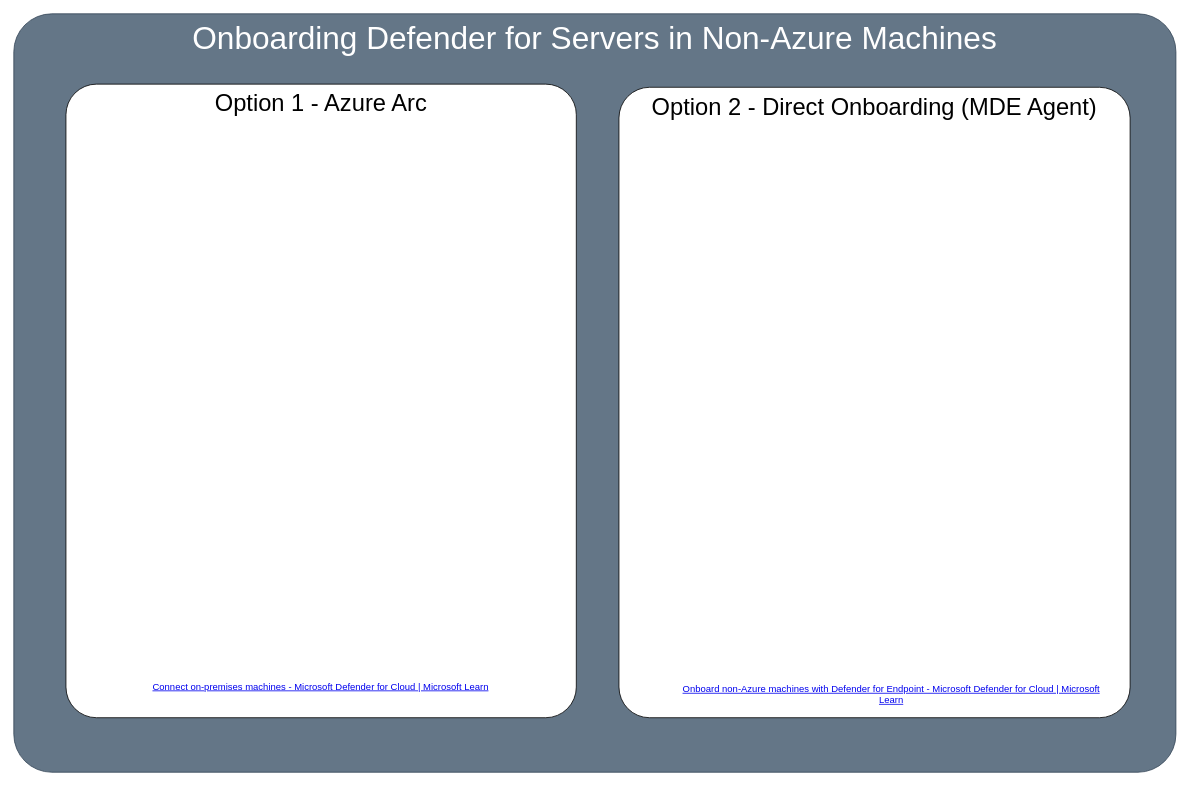
Above: page "Page-11" (11 of 11) of M365/Untitled Diagram.drawio in amcamillo/DnD-DecksnDiagrams (draw.io), before the change. Source tidied: cells renumbered, new cells numbered last; positions are measured from the earlier drawing's top-left corner, leaving out a move shared by most shapes. Both pictures are drawn from the tidied source at 79%, with x=0, y=0 at pixel (13, 13).
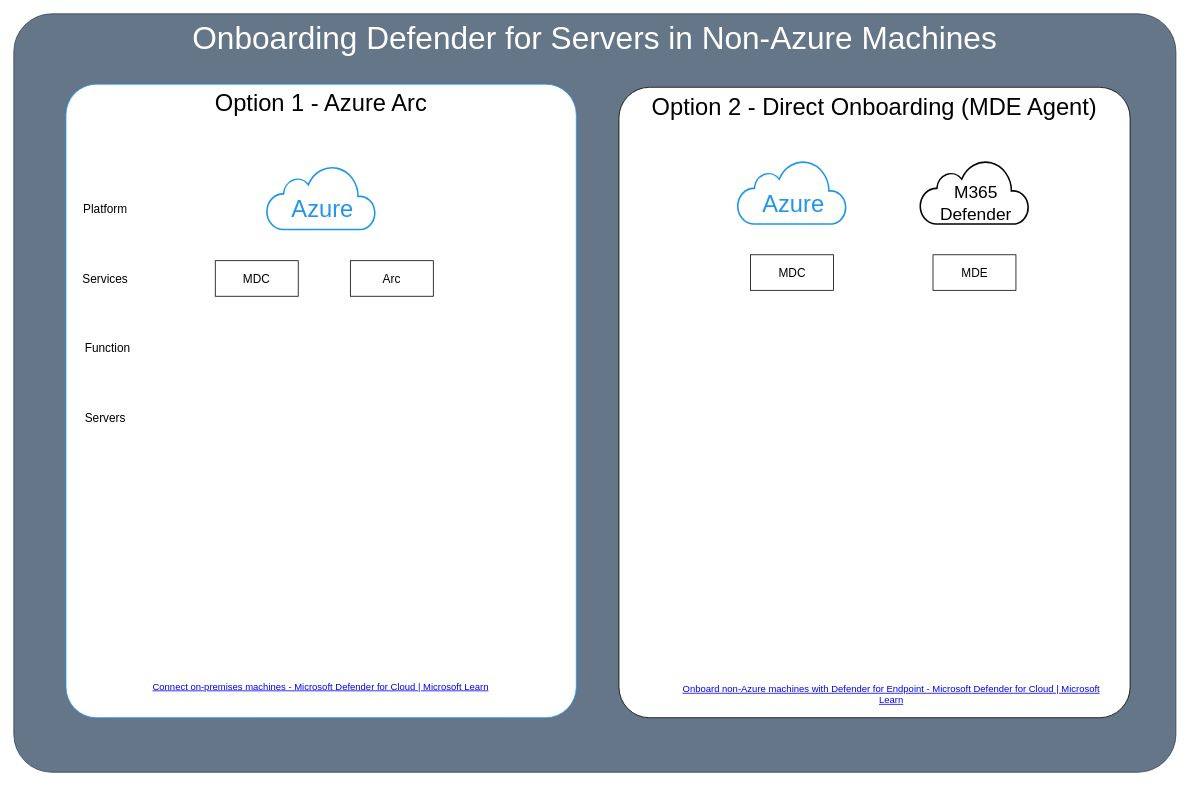
Above is the later version.

What changed in the source:
```diff
@@
-    <mxCell id="3" value="&lt;font style=&quot;font-size: 30px;&quot;&gt;Option 1 - Azure Arc&lt;/font&gt;" style="rounded=1;whiteSpace=wrap;html=1;arcSize=6;fontSize=30;verticalAlign=top;" parent="1" vertex="1">
+    <mxCell id="3" value="&lt;font style=&quot;font-size: 30px;&quot;&gt;Option 1 - Azure Arc&lt;/font&gt;" style="rounded=1;whiteSpace=wrap;html=1;arcSize=6;fontSize=30;verticalAlign=top;fontColor=#000000;strokeColor=#1e95eb;" parent="1" vertex="1">
       <mxGeometry x="66" y="89" width="646" height="802" as="geometry" />
     </mxCell>
-    <mxCell id="4" value="Option 2 - Direct Onboarding (MDE Agent)" style="rounded=1;whiteSpace=wrap;html=1;arcSize=6;fontSize=30;verticalAlign=top;" parent="1" vertex="1">
+    <mxCell id="4" value="Option 2 - Direct Onboarding (MDE Agent)" style="rounded=1;whiteSpace=wrap;html=1;arcSize=6;fontSize=30;verticalAlign=top;fontColor=#000000;" parent="1" vertex="1">
       <mxGeometry x="766" y="93" width="647" height="798" as="geometry" />
     </mxCell>
@@
+    <mxCell id="7" style="group;" parent="1" vertex="1">
+      <mxGeometry x="320" y="192" width="138" height="81" as="geometry" />
+    </mxCell>
+    <mxCell id="8" style="html=1;verticalLabelPosition=bottom;align=center;labelBackgroundColor=#ffffff;verticalAlign=top;strokeWidth=2;strokeColor=#1e95eb;shadow=0;dashed=0;shape=mxgraph.ios7.icons.cloud;fillColor=default;" parent="7" vertex="1">
+      <mxGeometry width="138" height="81" as="geometry" />
+    </mxCell>
+    <mxCell id="9" value="&lt;font style=&quot;font-size: 30px;&quot;&gt;Azure&lt;/font&gt;" style="text;html=1;strokeColor=none;fillColor=none;align=center;verticalAlign=middle;whiteSpace=wrap;rounded=0;fontColor=#2095eb;" parent="7" vertex="1">
+      <mxGeometry x="41" y="40" width="60" height="30" as="geometry" />
+    </mxCell>
+    <mxCell id="10" style="group;" parent="1" vertex="1">
+      <mxGeometry x="916" y="185" width="138" height="81" as="geometry" />
+    </mxCell>
+    <mxCell id="11" style="html=1;verticalLabelPosition=bottom;align=center;labelBackgroundColor=#ffffff;verticalAlign=top;strokeWidth=2;strokeColor=#1e95eb;shadow=0;dashed=0;shape=mxgraph.ios7.icons.cloud;fillColor=default;" parent="10" vertex="1">
+      <mxGeometry width="138" height="81" as="geometry" />
+    </mxCell>
+    <mxCell id="12" value="&lt;font style=&quot;font-size: 30px;&quot;&gt;Azure&lt;/font&gt;" style="text;html=1;strokeColor=none;fillColor=none;align=center;verticalAlign=middle;whiteSpace=wrap;rounded=0;fontColor=#2095eb;" parent="10" vertex="1">
+      <mxGeometry x="41" y="40" width="60" height="30" as="geometry" />
+    </mxCell>
+    <mxCell id="13" style="group;fillColor=default;fontColor=#000000;strokeColor=none;labelBorderColor=#000000;" parent="1" vertex="1">
+      <mxGeometry x="1190" y="185" width="138" height="81" as="geometry" />
+    </mxCell>
+    <mxCell id="14" value="&lt;font style=&quot;font-size: 15px;&quot;&gt;Platform&lt;/font&gt;" style="text;html=1;strokeColor=none;fillColor=none;align=center;verticalAlign=middle;whiteSpace=wrap;rounded=0;fontSize=15;" parent="1" vertex="1">
+      <mxGeometry x="86" y="232" width="60" height="30" as="geometry" />
+    </mxCell>
+    <mxCell id="15" value="&lt;font style=&quot;font-size: 15px;&quot;&gt;Services&lt;/font&gt;" style="text;html=1;strokeColor=none;fillColor=none;align=center;verticalAlign=middle;whiteSpace=wrap;rounded=0;fontSize=15;" parent="1" vertex="1">
+      <mxGeometry x="86" y="320" width="60" height="30" as="geometry" />
+    </mxCell>
+    <mxCell id="16" value="Function" style="text;html=1;strokeColor=none;fillColor=none;align=center;verticalAlign=middle;whiteSpace=wrap;rounded=0;fontSize=15;" parent="1" vertex="1">
+      <mxGeometry x="89" y="408" width="60" height="30" as="geometry" />
+    </mxCell>
+    <mxCell id="17" value="&lt;font style=&quot;font-size: 15px;&quot;&gt;MDC&lt;/font&gt;" style="rounded=0;whiteSpace=wrap;html=1;fontSize=15;" parent="1" vertex="1">
+      <mxGeometry x="255" y="312.5" width="105" height="45" as="geometry" />
+    </mxCell>
+    <mxCell id="18" value="&lt;font style=&quot;font-size: 15px;&quot;&gt;Arc&lt;/font&gt;" style="rounded=0;whiteSpace=wrap;html=1;fontSize=15;" parent="1" vertex="1">
+      <mxGeometry x="426" y="312.5" width="105" height="45" as="geometry" />
+    </mxCell>
+    <mxCell id="19" value="&lt;font style=&quot;font-size: 15px;&quot;&gt;MDC&lt;/font&gt;" style="rounded=0;whiteSpace=wrap;html=1;" parent="1" vertex="1">
+      <mxGeometry x="932.5" y="305" width="105" height="45" as="geometry" />
+    </mxCell>
+    <mxCell id="20" value="&lt;font style=&quot;font-size: 15px;&quot;&gt;MDE&lt;/font&gt;" style="rounded=0;whiteSpace=wrap;html=1;" parent="1" vertex="1">
+      <mxGeometry x="1163.5" y="305" width="105" height="45" as="geometry" />
+    </mxCell>
+    <mxCell id="21" style="html=1;verticalLabelPosition=bottom;align=center;labelBackgroundColor=none;verticalAlign=top;strokeWidth=2;strokeColor=#010508;shadow=0;dashed=0;shape=mxgraph.ios7.icons.cloud;fillColor=default;fontColor=default;" parent="1" vertex="1">
+      <mxGeometry x="1147" y="185" width="138" height="81" as="geometry" />
+    </mxCell>
+    <mxCell id="22" value="&lt;font style=&quot;font-size: 22px;&quot;&gt;M365 Defender&lt;/font&gt;" style="text;html=1;strokeColor=none;fillColor=none;align=center;verticalAlign=middle;whiteSpace=wrap;rounded=0;fontColor=#000000;fontSize=22;" parent="1" vertex="1">
+      <mxGeometry x="1188" y="225" width="60" height="30" as="geometry" />
+    </mxCell>
+    <mxCell id="23" value="Servers" style="text;html=1;strokeColor=none;fillColor=none;align=center;verticalAlign=middle;whiteSpace=wrap;rounded=0;fontSize=15;" parent="1" vertex="1">
+      <mxGeometry x="86" y="496" width="60" height="30" as="geometry" />
+    </mxCell>
```
